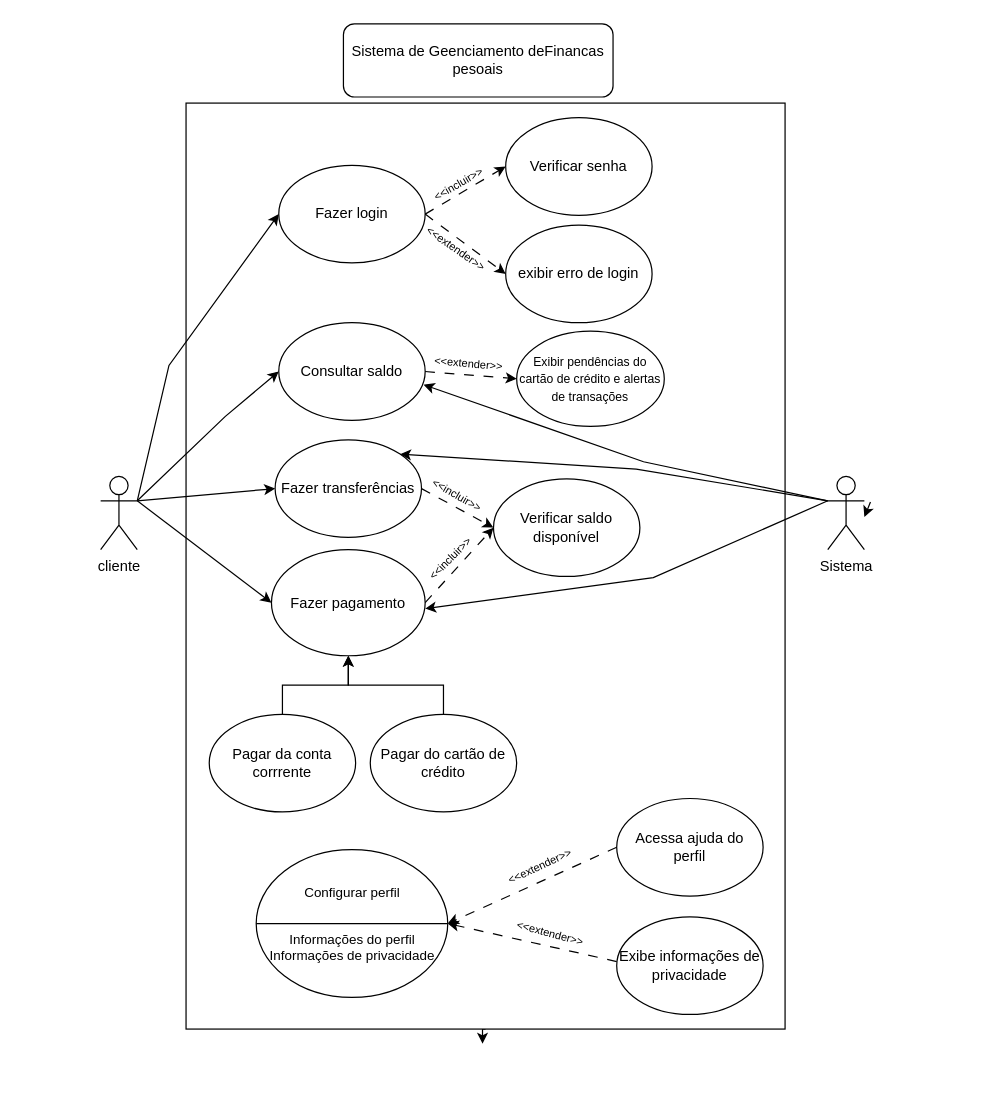
This is diagrama_Usu[ario.drawio from InacioCarvalhoOliveira/UML_DIAGRAMS, a draw.io file, before an edit. Source tidied: cells renumbered, new cells numbered last; positions are measured from the earlier drawing's top-left corner, leaving out a move shared by most shapes. Both pictures are drawn from the tidied source at 122%, with x=0, y=0 at pixel (100, 23).
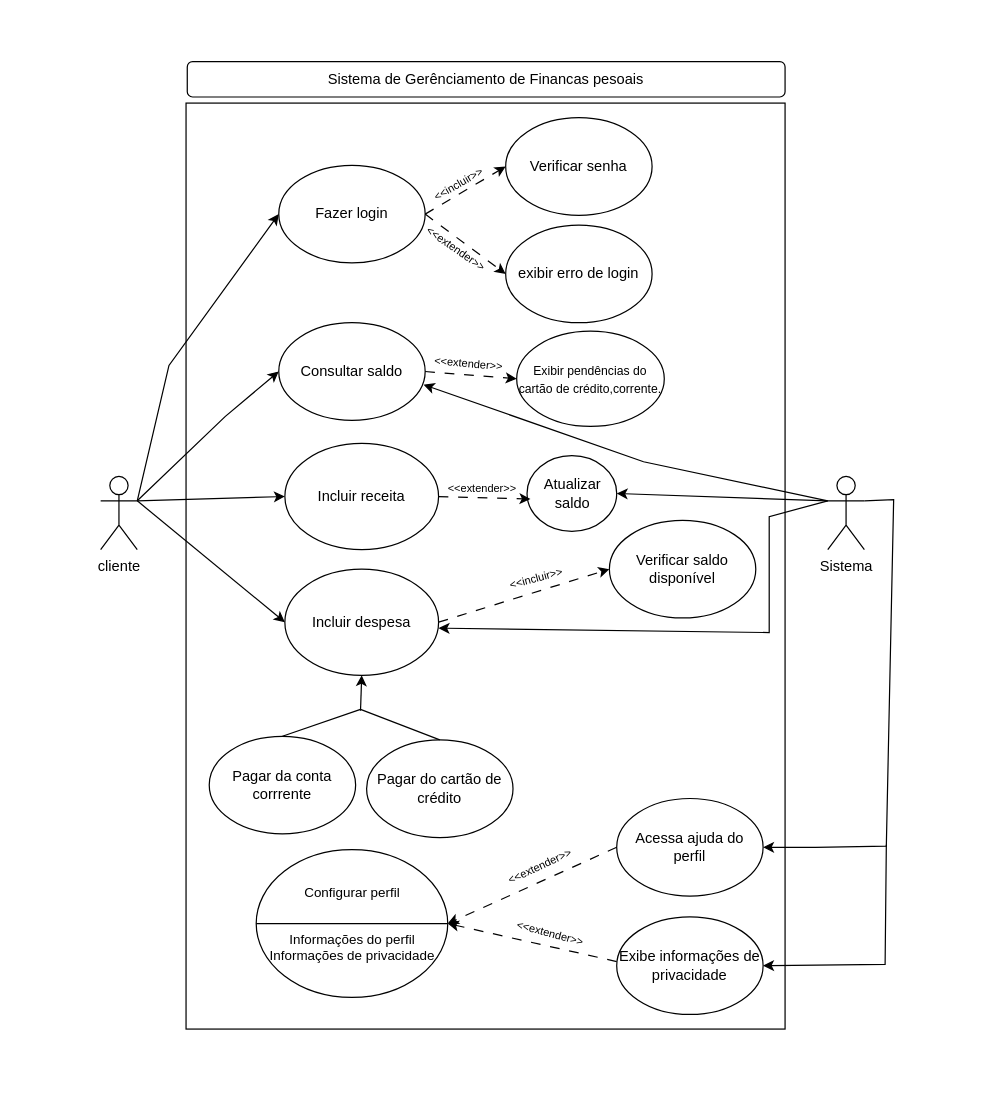
The same page after the edit.

The change refers to these unchanged cells:
```xml
<mxCell id="2" value="&lt;div&gt;cliente&lt;/div&gt;&lt;div&gt;&lt;br&gt;&lt;/div&gt;" style="shape=umlActor;verticalLabelPosition=bottom;verticalAlign=top;html=1;outlineConnect=0;" parent="1" vertex="1">
  <mxGeometry y="371" width="30" height="60" as="geometry" />
</mxCell>
<mxCell id="4" style="rounded=0;whiteSpace=wrap;html=1;gradientColor=none;" parent="1" vertex="1">
  <mxGeometry x="70" y="65" width="491" height="759" as="geometry" />
</mxCell>
<mxCell id="33" value="Acessa ajuda do perfil" style="ellipse;whiteSpace=wrap;html=1;" parent="1" vertex="1">
  <mxGeometry x="423" y="635" width="120" height="80" as="geometry" />
</mxCell>
<mxCell id="34" value="Exibe informações de privacidade" style="ellipse;whiteSpace=wrap;html=1;" parent="1" vertex="1">
  <mxGeometry x="423" y="732" width="120" height="80" as="geometry" />
</mxCell>
<mxCell id="45" value="&lt;div&gt;Sistema&lt;/div&gt;&lt;div&gt;&lt;br&gt;&lt;/div&gt;" style="shape=umlActor;verticalLabelPosition=bottom;verticalAlign=top;html=1;outlineConnect=0;" parent="1" vertex="1">
  <mxGeometry x="596" y="371" width="30" height="60" as="geometry" />
</mxCell>
```

What changed in the source:
```diff
@@
-<mxGraphModel>
+<mxGraphModel background="#ffffff">
@@
-    <mxCell id="3" style="edgeStyle=orthogonalEdgeStyle;rounded=0;jettySize=auto;html=1;exitX=0.5;exitY=1;exitDx=0;exitDy=0;" parent="1" edge="1" source="4">
-      <mxGeometry relative="1" as="geometry">
-        <mxPoint x="313" y="836" as="targetPoint" />
-      </mxGeometry>
-    </mxCell>
@@
-    <mxCell id="8" value="Fazer transferências" style="ellipse;whiteSpace=wrap;html=1;" parent="1" vertex="1">
-      <mxGeometry x="143" y="341" width="120" height="80" as="geometry" />
-    </mxCell>
     <mxCell id="9" value="Verificar saldo disponível" style="ellipse;whiteSpace=wrap;html=1;" parent="1" vertex="1">
-      <mxGeometry x="322" y="373" width="120" height="80" as="geometry" />
+      <mxGeometry x="417" y="407" width="120" height="80" as="geometry" />
     </mxCell>
@@
-    <mxCell id="11" style="edgeStyle=orthogonalEdgeStyle;rounded=0;jettySize=auto;html=1;" parent="1" edge="1" source="12" target="13">
-      <mxGeometry relative="1" as="geometry" />
-    </mxCell>
     <mxCell id="12" value="Pagar da conta corrrente" style="ellipse;whiteSpace=wrap;html=1;" parent="1" vertex="1">
-      <mxGeometry x="89" y="566" width="120" height="80" as="geometry" />
+      <mxGeometry x="89" y="584" width="120" height="80" as="geometry" />
     </mxCell>
-    <mxCell id="13" value="Fazer pagamento" style="ellipse;whiteSpace=wrap;html=1;" parent="1" vertex="1">
-      <mxGeometry x="140" y="431" width="126" height="87" as="geometry" />
+    <mxCell id="13" value="Incluir despesa" style="ellipse;whiteSpace=wrap;html=1;" parent="1" vertex="1">
+      <mxGeometry x="151" y="447" width="126" height="87" as="geometry" />
     </mxCell>
@@
-    <mxCell id="21" style="endArrow=classic;html=1;rounded=0;entryX=0;entryY=0.5;entryDx=0;entryDy=0;exitX=1;exitY=0.3333333333333333;exitDx=0;exitDy=0;exitPerimeter=0;" parent="1" edge="1" source="2" target="8">
-      <mxGeometry relative="1" as="geometry" />
-    </mxCell>
@@
-    <mxCell id="23" style="endArrow=classic;html=1;rounded=0;exitX=1;exitY=0.5;exitDx=0;exitDy=0;entryX=0;entryY=0.5;entryDx=0;entryDy=0;dashed=1;dashPattern=8 8;" parent="1" edge="1" source="8" target="9">
-      <mxGeometry relative="1" as="geometry" />
-    </mxCell>
-    <mxCell id="24" value="&lt;font style=&quot;font-size: 9px;&quot;&gt;&amp;lt;&amp;lt;incluir&amp;gt;&amp;gt;&lt;/font&gt;" style="text;html=1;strokeColor=none;fillColor=none;align=center;verticalAlign=middle;whiteSpace=wrap;rounded=0;rotation=30;" parent="1" vertex="1">
-      <mxGeometry x="268" y="379" width="50" height="13" as="geometry" />
-    </mxCell>
-    <mxCell id="25" value="&lt;font style=&quot;font-size: 9px;&quot;&gt;&amp;lt;&amp;lt;incluir&amp;gt;&amp;gt;&lt;/font&gt;" style="text;html=1;strokeColor=none;fillColor=none;align=center;verticalAlign=middle;whiteSpace=wrap;rounded=0;rotation=-45;" parent="1" vertex="1">
-      <mxGeometry x="261" y="431" width="50" height="13" as="geometry" />
-    </mxCell>
@@
-    <mxCell id="27" value="&lt;font style=&quot;font-size: 10px;&quot;&gt;Exibir pendências do cartão de crédito e alertas de transações&lt;font style=&quot;font-size: 10px;&quot;&gt;&lt;br&gt;&lt;/font&gt;&lt;/font&gt;" style="ellipse;whiteSpace=wrap;html=1;" parent="1" vertex="1">
+    <mxCell id="27" value="&lt;font style=&quot;font-size: 10px;&quot;&gt;Exibir pendências do cartão de crédito,corrente.&lt;font style=&quot;font-size: 10px;&quot;&gt;&lt;br&gt;&lt;/font&gt;&lt;/font&gt;" style="ellipse;whiteSpace=wrap;html=1;" parent="1" vertex="1">
       <mxGeometry x="341" y="252" width="121" height="78" as="geometry" />
     </mxCell>
@@
     <mxCell id="30" value="Pagar do cartão de crédito" style="ellipse;whiteSpace=wrap;html=1;" parent="1" vertex="1">
-      <mxGeometry x="221" y="566" width="120" height="80" as="geometry" />
+      <mxGeometry x="218" y="587" width="120" height="80" as="geometry" />
     </mxCell>
@@
-    <mxCell id="32" style="endArrow=classic;html=1;rounded=0;entryX=0.5;entryY=1;entryDx=0;entryDy=0;exitX=0.5;exitY=0;exitDx=0;exitDy=0;" parent="1" edge="1" source="30" target="13">
-      <mxGeometry relative="1" as="geometry">
-        <Array as="points">
-          <mxPoint x="281" y="542" />
-          <mxPoint x="203" y="542" />
-        </Array>
-      </mxGeometry>
-    </mxCell>
@@
-    <mxCell id="39" style="endArrow=classic;html=1;rounded=0;entryX=1;entryY=0;entryDx=0;entryDy=0;exitX=0;exitY=0.3333333333333333;exitDx=0;exitDy=0;exitPerimeter=0;" parent="1" edge="1" source="45" target="8">
-      <mxGeometry relative="1" as="geometry">
-        <Array as="points">
-          <mxPoint x="439" y="365" />
-        </Array>
-      </mxGeometry>
-    </mxCell>
     <mxCell id="40" style="endArrow=classic;html=1;rounded=0;entryX=1;entryY=0.556;entryDx=0;entryDy=0;entryPerimeter=0;exitX=0;exitY=0.3333333333333333;exitDx=0;exitDy=0;exitPerimeter=0;" parent="1" edge="1" source="45" target="13">
       <mxGeometry relative="1" as="geometry">
         <Array as="points">
-          <mxPoint x="453" y="454" />
+          <mxPoint x="548" y="404" />
+          <mxPoint x="548" y="499" />
         </Array>
       </mxGeometry>
     </mxCell>
-    <mxCell id="41" value="Sistema de Geenciamento deFinancas pesoais" style="rounded=1;whiteSpace=wrap;html=1;" parent="1" vertex="1">
-      <mxGeometry x="199" width="221" height="60" as="geometry" />
+    <mxCell id="41" value="Sistema de Gerênciamento de Financas pesoais" style="rounded=1;whiteSpace=wrap;html=1;" parent="1" vertex="1">
+      <mxGeometry x="71" y="31" width="490" height="29" as="geometry" />
     </mxCell>
@@
-    <mxCell id="44" style="endArrow=classic;html=1;rounded=0;entryX=1;entryY=0.556;entryDx=0;entryDy=0;entryPerimeter=0;" parent="1" edge="1" target="45">
-      <mxGeometry relative="1" as="geometry">
-        <mxPoint x="631" y="392" as="sourcePoint" />
-      </mxGeometry>
-    </mxCell>
@@
+    <mxCell id="46" style="endArrow=classic;html=1;rounded=0;exitX=1;exitY=0.3333333333333333;exitDx=0;exitDy=0;exitPerimeter=0;entryX=1;entryY=0.5;entryDx=0;entryDy=0;" parent="1" edge="1" source="45" target="33">
+      <mxGeometry relative="1" as="geometry">
+        <Array as="points">
+          <mxPoint x="650" y="390" />
+          <mxPoint x="644" y="674" />
+          <mxPoint x="586" y="675" />
+        </Array>
+      </mxGeometry>
+    </mxCell>
+    <mxCell id="47" style="endArrow=classic;html=1;rounded=0;entryX=1;entryY=0.5;entryDx=0;entryDy=0;" parent="1" edge="1" target="34">
+      <mxGeometry relative="1" as="geometry">
+        <mxPoint x="644" y="673" as="sourcePoint" />
+        <Array as="points">
+          <mxPoint x="643" y="771" />
+        </Array>
+      </mxGeometry>
+    </mxCell>
+    <mxCell id="48" value="Incluir receita" style="ellipse;whiteSpace=wrap;html=1;" parent="1" vertex="1">
+      <mxGeometry x="151" y="344" width="126" height="87" as="geometry" />
+    </mxCell>
+    <mxCell id="49" style="endArrow=classic;html=1;rounded=0;exitX=1;exitY=0.3333333333333333;exitDx=0;exitDy=0;exitPerimeter=0;entryX=0;entryY=0.5;entryDx=0;entryDy=0;" parent="1" edge="1" source="2" target="48">
+      <mxGeometry relative="1" as="geometry" />
+    </mxCell>
+    <mxCell id="50" value="&lt;font style=&quot;font-size: 9px;&quot;&gt;&amp;lt;&amp;lt;incluir&amp;gt;&amp;gt;&lt;/font&gt;" style="text;html=1;strokeColor=none;fillColor=none;align=center;verticalAlign=middle;whiteSpace=wrap;rounded=0;rotation=-15;" parent="1" vertex="1">
+      <mxGeometry x="332" y="447" width="50" height="13" as="geometry" />
+    </mxCell>
+    <mxCell id="51" value="Atualizar saldo" style="ellipse;whiteSpace=wrap;html=1;" parent="1" vertex="1">
+      <mxGeometry x="349.5" y="354" width="73.5" height="62" as="geometry" />
+    </mxCell>
+    <mxCell id="52" style="endArrow=classic;html=1;rounded=0;exitX=1;exitY=0.5;exitDx=0;exitDy=0;entryX=0.038;entryY=0.573;entryDx=0;entryDy=0;dashed=1;dashPattern=8 8;entryPerimeter=0;" parent="1" edge="1" source="48" target="51">
+      <mxGeometry relative="1" as="geometry" />
+    </mxCell>
+    <mxCell id="53" value="&lt;font style=&quot;font-size: 9px;&quot;&gt;&amp;lt;&amp;lt;extender&amp;gt;&amp;gt;&lt;/font&gt;" style="text;html=1;strokeColor=none;fillColor=none;align=center;verticalAlign=middle;whiteSpace=wrap;rounded=0;rotation=0;" parent="1" vertex="1">
+      <mxGeometry x="288" y="373" width="50" height="13" as="geometry" />
+    </mxCell>
+    <mxCell id="54" style="endArrow=classic;html=1;rounded=0;exitX=0;exitY=0.3333333333333333;exitDx=0;exitDy=0;exitPerimeter=0;entryX=1;entryY=0.5;entryDx=0;entryDy=0;" parent="1" edge="1" source="45" target="51">
+      <mxGeometry relative="1" as="geometry" />
+    </mxCell>
+    <mxCell id="55" style="rounded=0;whiteSpace=wrap;html=1;fontColor=default;gradientColor=none;strokeColor=none;" parent="1" vertex="1">
+      <mxGeometry x="-65" y="360" width="59" height="60" as="geometry" />
+    </mxCell>
+    <mxCell id="56" style="rounded=0;whiteSpace=wrap;html=1;fontColor=default;gradientColor=none;strokeColor=none;" parent="1" vertex="1">
+      <mxGeometry x="661" y="354" width="59" height="60" as="geometry" />
+    </mxCell>
+    <mxCell id="57" style="rounded=0;whiteSpace=wrap;html=1;fontColor=default;gradientColor=none;strokeColor=none;" parent="1" vertex="1">
+      <mxGeometry x="277" y="-2" width="59" height="28" as="geometry" />
+    </mxCell>
+    <mxCell id="58" style="rounded=0;whiteSpace=wrap;html=1;fontColor=default;gradientColor=none;strokeColor=none;" parent="1" vertex="1">
+      <mxGeometry x="293" y="836" width="59" height="34" as="geometry" />
+    </mxCell>
+    <mxCell id="59" style="endArrow=classic;html=1;rounded=0;entryX=0.5;entryY=1;entryDx=0;entryDy=0;" parent="1" edge="1" target="13">
+      <mxGeometry relative="1" as="geometry">
+        <mxPoint x="213" y="563" as="sourcePoint" />
+      </mxGeometry>
+    </mxCell>
+    <mxCell id="60" style="endArrow=none;html=1;rounded=0;exitX=0.5;exitY=0;exitDx=0;exitDy=0;" parent="1" edge="1" source="12">
+      <mxGeometry relative="1" as="geometry">
+        <mxPoint x="213" y="562" as="targetPoint" />
+      </mxGeometry>
+    </mxCell>
+    <mxCell id="61" style="endArrow=none;html=1;rounded=0;exitX=0.5;exitY=0;exitDx=0;exitDy=0;" parent="1" edge="1" source="30">
+      <mxGeometry relative="1" as="geometry">
+        <mxPoint x="213" y="562" as="targetPoint" />
+      </mxGeometry>
+    </mxCell>
```
